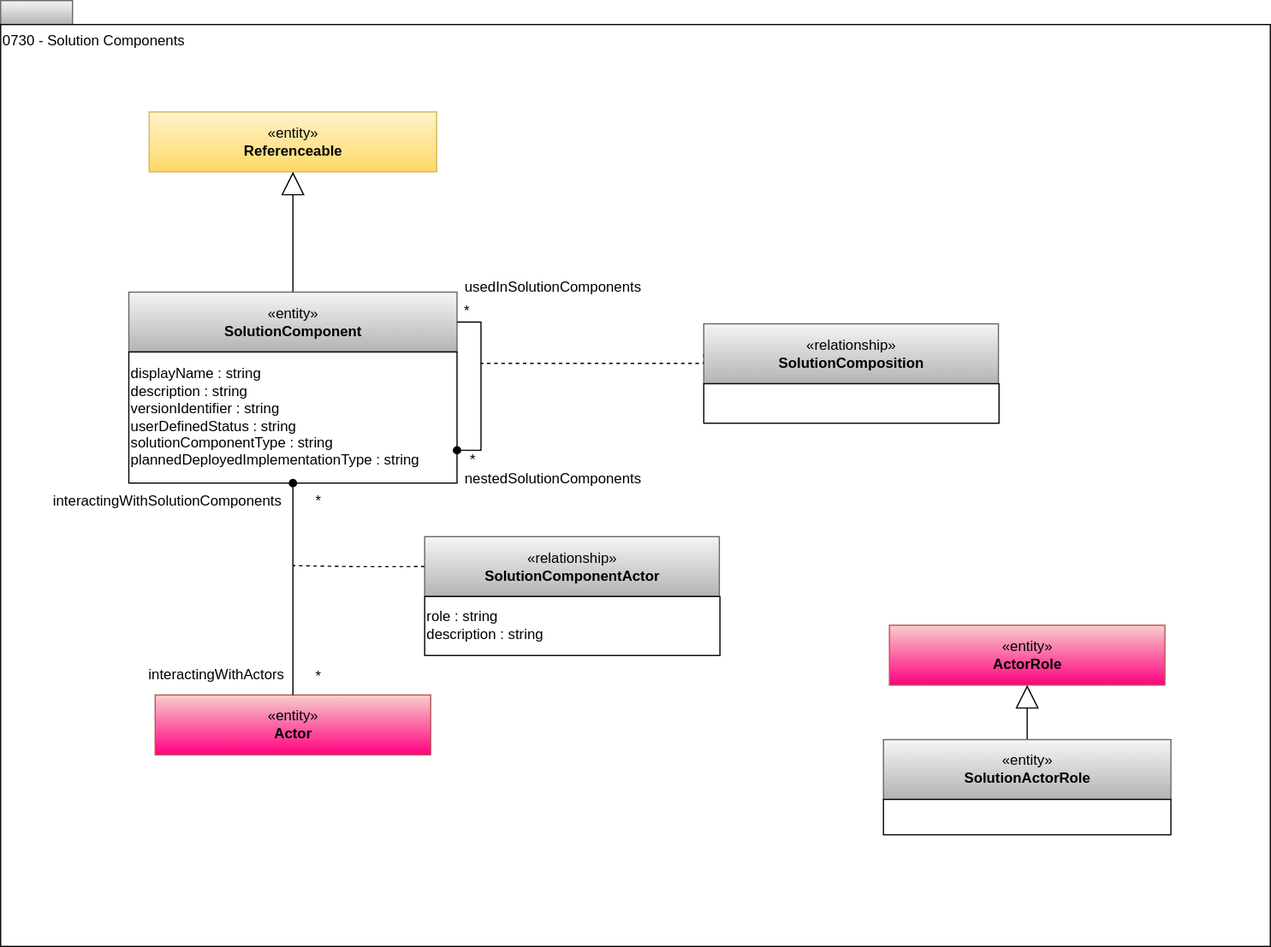
Before: site/docs/types/7/0730-Solution-Components.svg, a diagram exported from draw.io (odpi/egeria-docs). Source tidied: cells renumbered, new cells last; positions are measured from the earlier drawing's top-left corner, leaving out a move shared by most shapes.
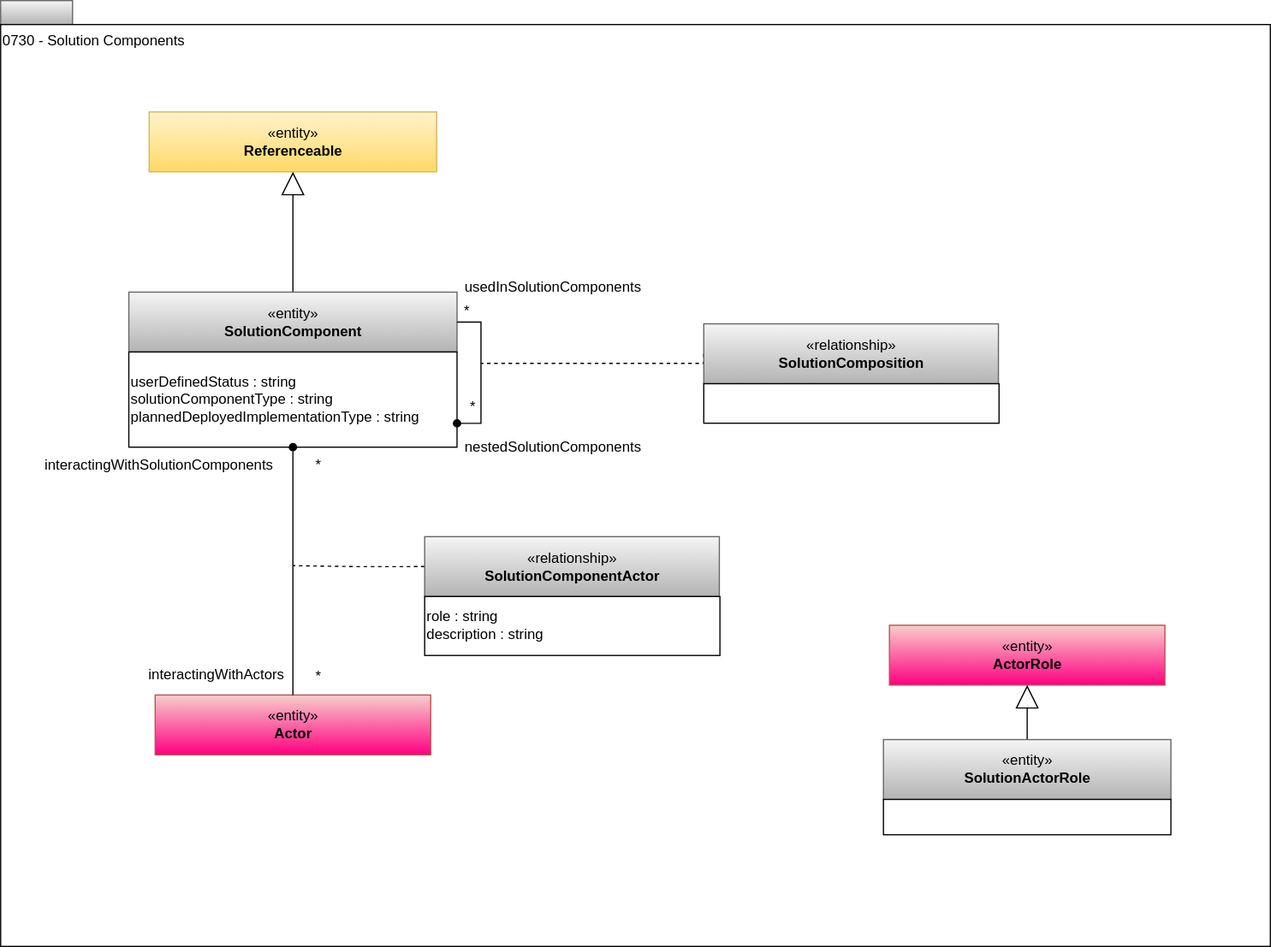
Above is the later version.

What changed in the source:
```diff
@@ -31,8 +31,8 @@
     <mxCell id="9" value="«entity»&lt;br&gt;&lt;b&gt;SolutionComponent&lt;/b&gt;" style="html=1;strokeColor=#666666;align=center;fillColor=#f5f5f5;gradientColor=#b3b3b3;" parent="1" vertex="1">
       <mxGeometry x="107" y="243.5" width="274" height="50" as="geometry" />
     </mxCell>
-    <mxCell id="10" value="displayName : string&lt;br&gt;description : string&lt;br&gt;versionIdentifier : string&lt;div&gt;userDefinedStatus : string&lt;br&gt;&lt;div style=&quot;text-align: left&quot;&gt;&lt;/div&gt;&lt;div&gt;solutionComponentType : string&lt;/div&gt;&lt;div&gt;plannedDeployedImplementationType : string&lt;/div&gt;&lt;/div&gt;" style="rounded=0;whiteSpace=wrap;html=1;strokeColor=#000000;gradientColor=#ffffff;align=left;" parent="1" vertex="1">
-      <mxGeometry x="107" y="293.5" width="274" height="109.5" as="geometry" />
+    <mxCell id="10" value="&lt;div&gt;userDefinedStatus : string&lt;br&gt;&lt;div style=&quot;text-align: left&quot;&gt;&lt;/div&gt;&lt;div&gt;solutionComponentType : string&lt;/div&gt;&lt;div&gt;plannedDeployedImplementationType : string&lt;/div&gt;&lt;/div&gt;" style="rounded=0;whiteSpace=wrap;html=1;strokeColor=#000000;gradientColor=#ffffff;align=left;" parent="1" vertex="1">
+      <mxGeometry x="107" y="293.5" width="274" height="79.5" as="geometry" />
     </mxCell>
     <mxCell id="11" value="usedInSolutionComponents" style="text;html=1;align=center;verticalAlign=top;spacingTop=-4;" parent="1" vertex="1">
       <mxGeometry x="381" y="229.5" width="160" height="20" as="geometry" />
@@ -41,10 +41,10 @@
       <mxGeometry x="381" y="249.5" width="15" height="14" as="geometry" />
     </mxCell>
     <mxCell id="13" value="*" style="text;html=1;align=center;verticalAlign=top;spacingTop=-4;" parent="1" vertex="1">
-      <mxGeometry x="386" y="374" width="15" height="14" as="geometry" />
+      <mxGeometry x="386" y="329.5" width="15" height="14" as="geometry" />
     </mxCell>
     <mxCell id="14" value="nestedSolutionComponents" style="text;html=1;align=center;verticalAlign=top;spacingTop=-4;" parent="1" vertex="1">
-      <mxGeometry x="381" y="390" width="160" height="20" as="geometry" />
+      <mxGeometry x="381" y="363" width="160" height="20" as="geometry" />
     </mxCell>
     <mxCell id="15" style="edgeStyle=orthogonalEdgeStyle;rounded=0;html=1;exitX=1;exitY=0.75;entryX=1;entryY=0.5;endArrow=none;endFill=0;jettySize=auto;entryDx=0;entryDy=0;exitDx=0;exitDy=0;startArrow=oval;startFill=1;" parent="1" edge="1" source="10" target="9">
       <mxGeometry relative="1" as="geometry" />
@@ -64,7 +64,7 @@
       <mxGeometry x="354" y="497.8" width="246.5" height="49.2" as="geometry" />
     </mxCell>
     <mxCell id="20" value="interactingWithSolutionComponents" style="text;html=1;align=center;verticalAlign=middle;strokeColor=none;fillColor=none;" parent="1" vertex="1">
-      <mxGeometry x="34" y="403" width="210" height="30" as="geometry" />
+      <mxGeometry x="27" y="373" width="210" height="30" as="geometry" />
     </mxCell>
     <mxCell id="21" value="interactingWithActors" style="text;html=1;align=center;verticalAlign=middle;strokeColor=none;fillColor=none;" parent="1" vertex="1">
       <mxGeometry x="110" y="548" width="140" height="30" as="geometry" />
@@ -73,7 +73,7 @@
       <mxGeometry x="250" y="550" width="30" height="30" as="geometry" />
     </mxCell>
     <mxCell id="23" value="*" style="text;html=1;align=center;verticalAlign=middle;strokeColor=none;fillColor=none;" parent="1" vertex="1">
-      <mxGeometry x="250" y="403" width="30" height="30" as="geometry" />
+      <mxGeometry x="250" y="373" width="30" height="30" as="geometry" />
     </mxCell>
     <mxCell id="24" style="edgeStyle=orthogonalEdgeStyle;rounded=0;jettySize=auto;html=1;exitX=0.5;exitY=1;exitDx=0;exitDy=0;endArrow=none;endFill=0;startArrow=oval;startFill=1;" parent="1" edge="1" source="10" target="16">
       <mxGeometry relative="1" as="geometry" />
```
